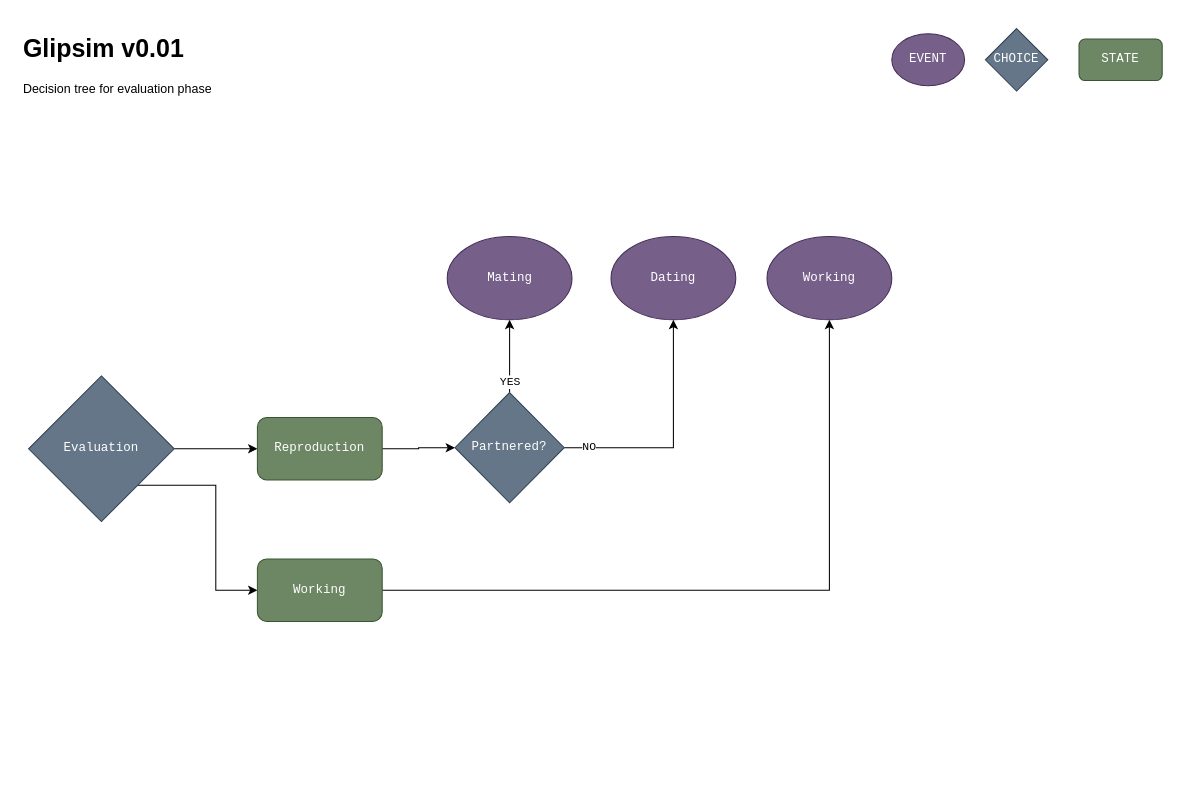
Earlier version of the draw.io diagram doc/Glipsim_Evaluation.drawio (codingBeanie/Glipsim). Source tidied: cells renumbered, new cells numbered last; positions are measured from the earlier drawing's top-left corner, leaving out a move shared by most shapes. Both pictures are drawn from the tidied source at 104%, with x=0, y=0 at pixel (18, 28).
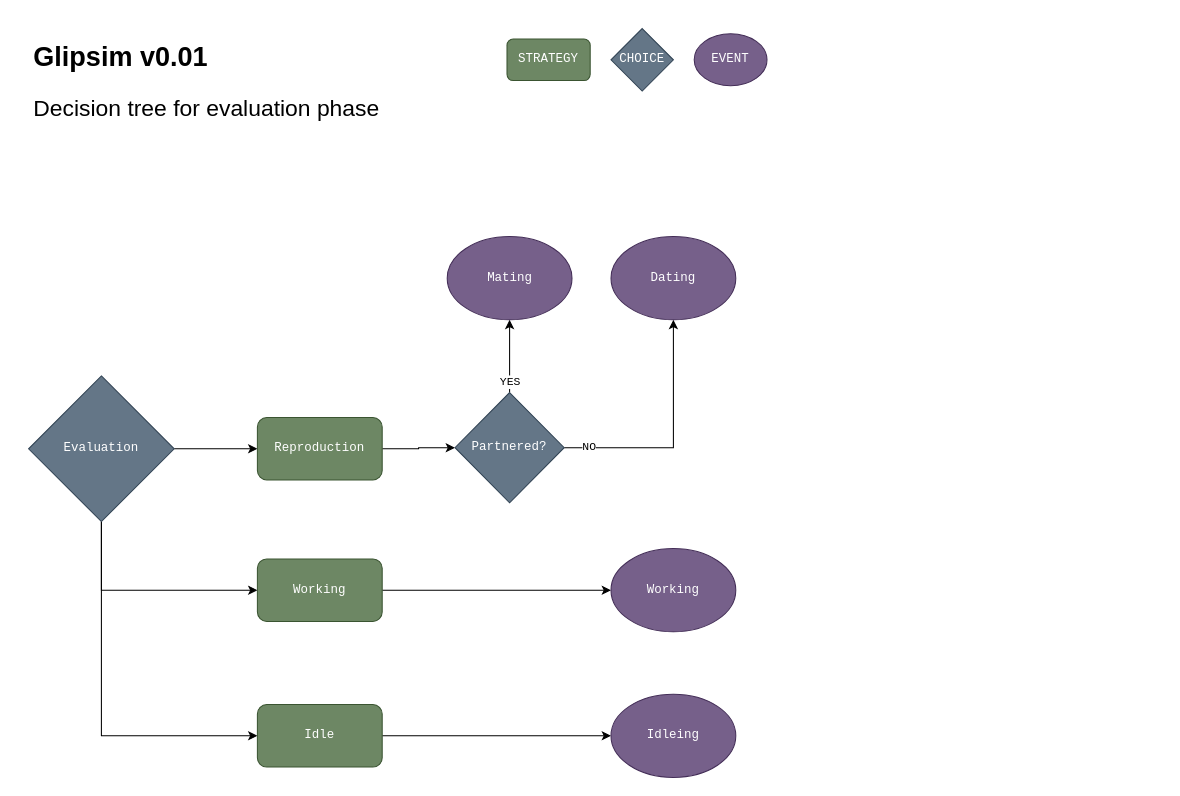
The same diagram, later.

The change refers to these unchanged cells:
```xml
<mxCell id="4" value="Evaluation" style="rhombus;whiteSpace=wrap;html=1;fontFamily=Courier New;fontSize=12;fillColor=#647687;strokeColor=#314354;fontColor=#ffffff;rounded=0;" parent="1" vertex="1">
  <mxGeometry x="10" y="334" width="140" height="140" as="geometry" />
</mxCell>
<mxCell id="16" value="Working" style="rounded=1;whiteSpace=wrap;html=1;fontFamily=Courier New;fontSize=12;fillColor=#6d8764;fontColor=#ffffff;strokeColor=#3A5431;" parent="1" vertex="1">
  <mxGeometry x="230" y="510" width="120" height="60" as="geometry" />
</mxCell>
```

The edit, as a diff of the source:
```diff
@@
+    <mxCell id="19" style="edgeStyle=orthogonalEdgeStyle;rounded=0;jettySize=auto;html=1;entryX=0;entryY=0.5;entryDx=0;entryDy=0;" parent="1" edge="1" source="4" target="21">
+      <mxGeometry relative="1" as="geometry">
+        <Array as="points">
+          <mxPoint x="80" y="680" />
+        </Array>
+      </mxGeometry>
+    </mxCell>
-    <mxCell id="3" style="edgeStyle=orthogonalEdgeStyle;rounded=0;jettySize=auto;html=1;exitX=1;exitY=1;exitDx=0;exitDy=0;entryX=0;entryY=0.5;entryDx=0;entryDy=0;" parent="1" edge="1" source="4" target="16">
+    <mxCell id="3" style="edgeStyle=orthogonalEdgeStyle;rounded=0;jettySize=auto;html=1;exitX=0.5;exitY=1;exitDx=0;exitDy=0;entryX=0;entryY=0.5;entryDx=0;entryDy=0;" parent="1" edge="1" source="4" target="16">
       <mxGeometry relative="1" as="geometry" />
     </mxCell>
@@
     <mxCell id="12" value="EVENT" style="ellipse;whiteSpace=wrap;html=1;fontFamily=Courier New;fontSize=12;fillColor=#76608a;fontColor=#ffffff;strokeColor=#432D57;" parent="1" vertex="1">
-      <mxGeometry x="840" y="5" width="70" height="50" as="geometry" />
+      <mxGeometry x="650" y="5" width="70" height="50" as="geometry" />
     </mxCell>
     <mxCell id="13" value="CHOICE" style="rhombus;whiteSpace=wrap;html=1;fontFamily=Courier New;fontSize=12;fillColor=#647687;fontColor=#ffffff;strokeColor=#314354;" parent="1" vertex="1">
-      <mxGeometry x="930" width="60" height="60" as="geometry" />
+      <mxGeometry x="570" width="60" height="60" as="geometry" />
     </mxCell>
-    <mxCell id="14" value="STATE" style="rounded=1;whiteSpace=wrap;html=1;fontFamily=Courier New;fontSize=12;fillColor=#6d8764;fontColor=#ffffff;strokeColor=#3A5431;" parent="1" vertex="1">
-      <mxGeometry x="1020" y="10" width="80" height="40" as="geometry" />
+    <mxCell id="14" value="STRATEGY" style="rounded=1;whiteSpace=wrap;html=1;fontFamily=Courier New;fontSize=12;fillColor=#6d8764;fontColor=#ffffff;strokeColor=#3A5431;" parent="1" vertex="1">
+      <mxGeometry x="470" y="10" width="80" height="40" as="geometry" />
     </mxCell>
@@
     <mxCell id="17" value="Working" style="ellipse;whiteSpace=wrap;html=1;fontFamily=Courier New;fontSize=12;fillColor=#76608a;fontColor=#ffffff;strokeColor=#432D57;" parent="1" vertex="1">
-      <mxGeometry x="720" y="200" width="120" height="80" as="geometry" />
+      <mxGeometry x="570" y="500" width="120" height="80" as="geometry" />
     </mxCell>
-    <mxCell id="18" value="&lt;h1&gt;Glipsim v0.01&lt;/h1&gt;&lt;div&gt;Decision tree for evaluation phase&lt;/div&gt;" style="text;html=1;strokeColor=none;fillColor=none;spacing=5;spacingTop=-20;whiteSpace=wrap;overflow=hidden;rounded=0;" parent="1" vertex="1">
-      <mxGeometry width="500" height="140" as="geometry" />
+    <mxCell id="18" value="&lt;h1 style=&quot;font-size: 26px;&quot;&gt;Glipsim v0.01&lt;/h1&gt;&lt;div style=&quot;&quot;&gt;&lt;font style=&quot;font-size: 22px;&quot;&gt;Decision tree for evaluation phase&lt;/font&gt;&lt;/div&gt;" style="text;html=1;strokeColor=none;fillColor=none;spacing=5;spacingTop=-20;whiteSpace=wrap;overflow=hidden;rounded=0;fontSize=26;" parent="1" vertex="1">
+      <mxGeometry x="10" y="5" width="500" height="140" as="geometry" />
     </mxCell>
+    <mxCell id="20" style="edgeStyle=orthogonalEdgeStyle;rounded=0;jettySize=auto;html=1;exitX=1;exitY=0.5;exitDx=0;exitDy=0;entryX=0;entryY=0.5;entryDx=0;entryDy=0;" parent="1" edge="1" source="21" target="22">
+      <mxGeometry relative="1" as="geometry" />
+    </mxCell>
+    <mxCell id="21" value="Idle" style="rounded=1;whiteSpace=wrap;html=1;fontFamily=Courier New;fontSize=12;fillColor=#6d8764;fontColor=#ffffff;strokeColor=#3A5431;" parent="1" vertex="1">
+      <mxGeometry x="230" y="650" width="120" height="60" as="geometry" />
+    </mxCell>
+    <mxCell id="22" value="Idleing" style="ellipse;whiteSpace=wrap;html=1;fontFamily=Courier New;fontSize=12;fillColor=#76608a;fontColor=#ffffff;strokeColor=#432D57;" parent="1" vertex="1">
+      <mxGeometry x="570" y="640" width="120" height="80" as="geometry" />
+    </mxCell>
```
